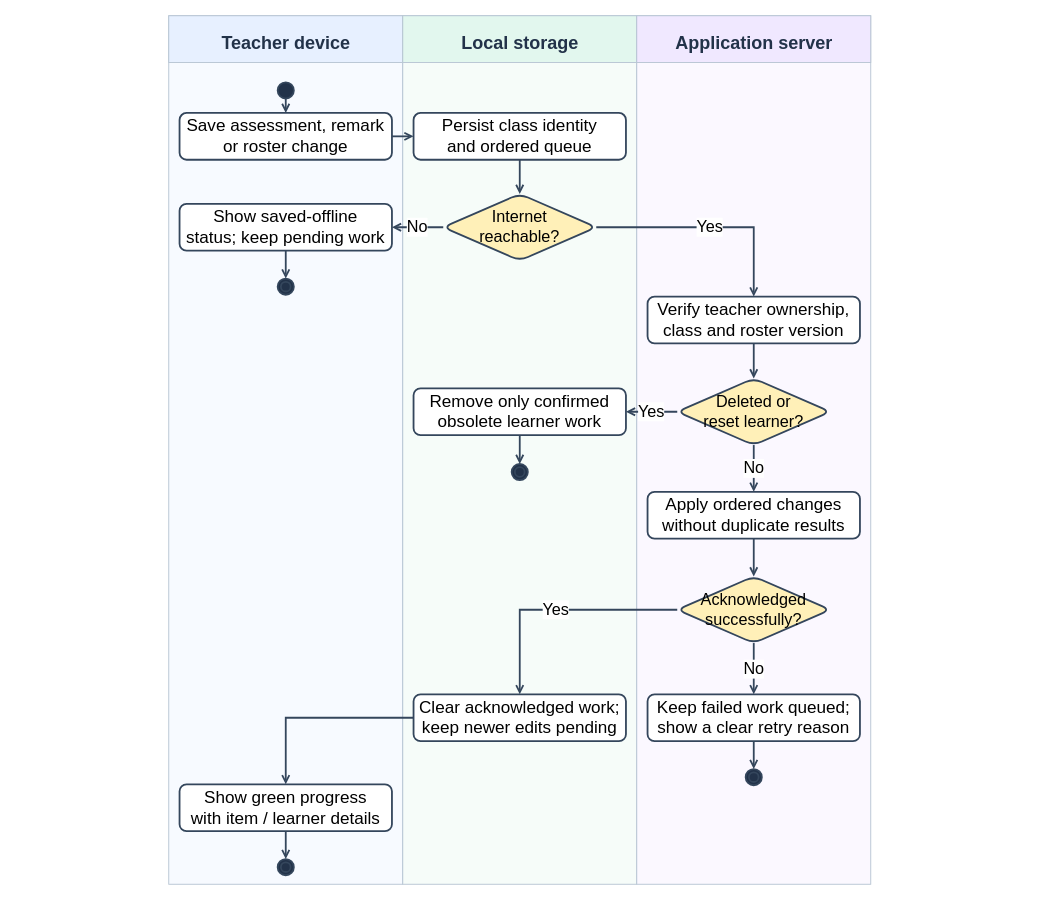
This is docs/diagrams/class-workspaces/figure-11-sync.drawio from AkuSayangKamuJudaSayang/crl-app, a draw.io file, before an edit. Source tidied: cells renumbered, new cells numbered last; positions are measured from the earlier drawing's top-left corner, leaving out a move shared by most shapes. Both pictures are drawn from the tidied source at 90%, with x=0, y=0 at pixel (15, 15).
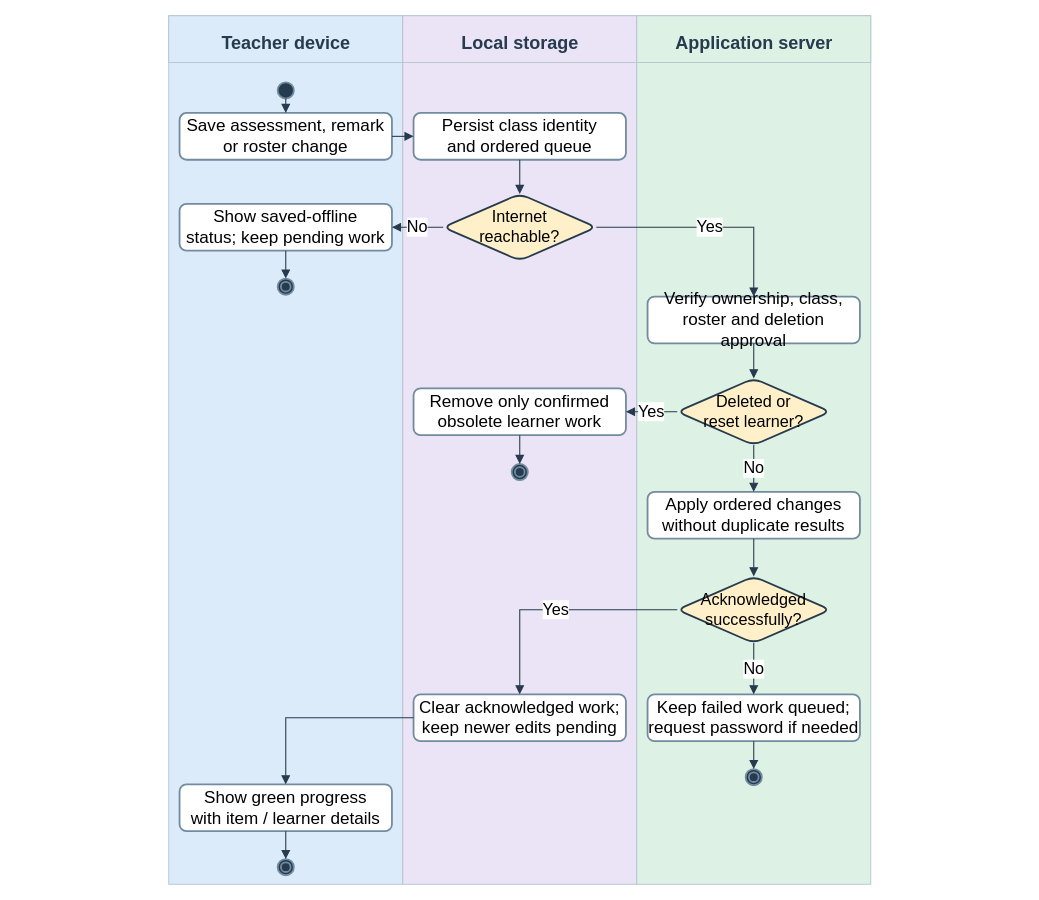
After the change.

The edit, as a diff of the source:
```diff
@@
-    <mxCell id="2" style="rounded=0;fillColor=#f7faff;strokeColor=#b6c4d2;" parent="1" vertex="1">
+    <mxCell id="2" style="rounded=0;fillColor=#dcebfa;strokeColor=#b6c4d2;" parent="1" vertex="1">
       <mxGeometry x="170" width="260" height="965" as="geometry" />
     </mxCell>
-    <mxCell id="3" style="rounded=0;fillColor=#e7f0ff;strokeColor=#b6c4d2;" parent="1" vertex="1">
+    <mxCell id="3" style="rounded=0;fillColor=#dcebfa;strokeColor=#b6c4d2;" parent="1" vertex="1">
       <mxGeometry x="170" width="260" height="52" as="geometry" />
     </mxCell>
-    <mxCell id="4" value="Teacher device" style="text;html=1;align=center;verticalAlign=top;fontSize=20;fontColor=#223249;fontStyle=1;strokeColor=none;fillColor=none;" parent="1" vertex="1">
+    <mxCell id="4" value="Teacher device" style="text;html=1;fontFamily=Arial;align=center;verticalAlign=top;fontSize=20;fontColor=#263b4d;fontStyle=1;strokeColor=none;fillColor=none;" parent="1" vertex="1">
       <mxGeometry y="11" width="600" height="24" as="geometry" />
     </mxCell>
-    <mxCell id="5" style="rounded=0;fillColor=#f6fcf9;strokeColor=#b6c4d2;" parent="1" vertex="1">
+    <mxCell id="5" style="rounded=0;fillColor=#ebe3f6;strokeColor=#b6c4d2;" parent="1" vertex="1">
       <mxGeometry x="430" width="260" height="965" as="geometry" />
     </mxCell>
-    <mxCell id="6" style="rounded=0;fillColor=#e2f7ee;strokeColor=#b6c4d2;" parent="1" vertex="1">
+    <mxCell id="6" style="rounded=0;fillColor=#ebe3f6;strokeColor=#b6c4d2;" parent="1" vertex="1">
       <mxGeometry x="430" width="260" height="52" as="geometry" />
     </mxCell>
-    <mxCell id="7" value="Local storage" style="text;html=1;align=center;verticalAlign=top;fontSize=20;fontColor=#223249;fontStyle=1;strokeColor=none;fillColor=none;" parent="1" vertex="1">
+    <mxCell id="7" value="Local storage" style="text;html=1;fontFamily=Arial;align=center;verticalAlign=top;fontSize=20;fontColor=#263b4d;fontStyle=1;strokeColor=none;fillColor=none;" parent="1" vertex="1">
       <mxGeometry x="260" y="11" width="600" height="24" as="geometry" />
     </mxCell>
-    <mxCell id="8" style="rounded=0;fillColor=#fbf8ff;strokeColor=#b6c4d2;" parent="1" vertex="1">
+    <mxCell id="8" style="rounded=0;fillColor=#def1e5;strokeColor=#b6c4d2;" parent="1" vertex="1">
       <mxGeometry x="690" width="260" height="965" as="geometry" />
     </mxCell>
-    <mxCell id="9" style="rounded=0;fillColor=#f0e8ff;strokeColor=#b6c4d2;" parent="1" vertex="1">
+    <mxCell id="9" style="rounded=0;fillColor=#def1e5;strokeColor=#b6c4d2;" parent="1" vertex="1">
       <mxGeometry x="690" width="260" height="52" as="geometry" />
     </mxCell>
-    <mxCell id="10" value="Application server" style="text;html=1;align=center;verticalAlign=top;fontSize=20;fontColor=#223249;fontStyle=1;strokeColor=none;fillColor=none;" parent="1" vertex="1">
+    <mxCell id="10" value="Application server" style="text;html=1;fontFamily=Arial;align=center;verticalAlign=top;fontSize=20;fontColor=#263b4d;fontStyle=1;strokeColor=none;fillColor=none;" parent="1" vertex="1">
       <mxGeometry x="520" y="11" width="600" height="24" as="geometry" />
     </mxCell>
-    <mxCell id="11" style="rounded=1;whiteSpace=wrap;html=1;fillColor=#ffffff;strokeColor=#34465c;strokeWidth=2;fontSize=19;shape=ellipse;fillColor=#223249;" parent="1" vertex="1">
+    <mxCell id="11" style="rounded=1;whiteSpace=wrap;html=1;fontFamily=Arial;fillColor=#ffffff;strokeColor=#728ba0;strokeWidth=2;fontSize=19;shape=ellipse;fillColor=#263b4d;" parent="1" vertex="1">
       <mxGeometry x="291" y="74" width="18" height="18" as="geometry" />
     </mxCell>
-    <mxCell id="12" value="Save assessment, remark&lt;br&gt;or roster change" style="rounded=1;whiteSpace=wrap;html=1;fillColor=#ffffff;strokeColor=#34465c;strokeWidth=2;fontSize=19;" parent="1" vertex="1">
+    <mxCell id="12" value="Save assessment, remark&lt;br&gt;or roster change" style="rounded=1;whiteSpace=wrap;html=1;fontFamily=Arial;fillColor=#ffffff;strokeColor=#728ba0;strokeWidth=2;fontSize=19;" parent="1" vertex="1">
       <mxGeometry x="182" y="108" width="236" height="52" as="geometry" />
     </mxCell>
-    <mxCell id="13" value="Persist class identity&lt;br&gt;and ordered queue" style="rounded=1;whiteSpace=wrap;html=1;fillColor=#ffffff;strokeColor=#34465c;strokeWidth=2;fontSize=19;" parent="1" vertex="1">
+    <mxCell id="13" value="Persist class identity&lt;br&gt;and ordered queue" style="rounded=1;whiteSpace=wrap;html=1;fontFamily=Arial;fillColor=#ffffff;strokeColor=#728ba0;strokeWidth=2;fontSize=19;" parent="1" vertex="1">
       <mxGeometry x="442" y="108" width="236" height="52" as="geometry" />
     </mxCell>
-    <mxCell id="14" value="Internet&lt;br&gt;reachable?" style="rounded=1;whiteSpace=wrap;html=1;fillColor=#ffffff;strokeColor=#34465c;strokeWidth=2;fontSize=19;shape=rhombus;fillColor=#fff0b8;fontSize=18;" parent="1" vertex="1">
+    <mxCell id="14" value="Internet&lt;br&gt;reachable?" style="rounded=1;whiteSpace=wrap;html=1;fontFamily=Arial;fillColor=#ffffff;strokeColor=#728ba0;strokeWidth=2;fontSize=19;shape=rhombus;strokeColor=#263b4d;fillColor=#fff0c9;fontSize=18;" parent="1" vertex="1">
       <mxGeometry x="475" y="198" width="170" height="74" as="geometry" />
     </mxCell>
-    <mxCell id="15" value="Show saved-offline&lt;br&gt;status; keep pending work" style="rounded=1;whiteSpace=wrap;html=1;fillColor=#ffffff;strokeColor=#34465c;strokeWidth=2;fontSize=19;" parent="1" vertex="1">
+    <mxCell id="15" value="Show saved-offline&lt;br&gt;status; keep pending work" style="rounded=1;whiteSpace=wrap;html=1;fontFamily=Arial;fillColor=#ffffff;strokeColor=#728ba0;strokeWidth=2;fontSize=19;" parent="1" vertex="1">
       <mxGeometry x="182" y="209" width="236" height="52" as="geometry" />
     </mxCell>
-    <mxCell id="16" style="rounded=1;whiteSpace=wrap;html=1;fillColor=#ffffff;strokeColor=#34465c;strokeWidth=2;fontSize=19;shape=doubleEllipse;fillColor=#223249;" parent="1" vertex="1">
+    <mxCell id="16" style="rounded=1;whiteSpace=wrap;html=1;fontFamily=Arial;fillColor=#ffffff;strokeColor=#728ba0;strokeWidth=2;fontSize=19;shape=doubleEllipse;fillColor=#263b4d;" parent="1" vertex="1">
       <mxGeometry x="291" y="292" width="18" height="18" as="geometry" />
     </mxCell>
-    <mxCell id="17" value="Verify teacher ownership,&lt;br&gt;class and roster version" style="rounded=1;whiteSpace=wrap;html=1;fillColor=#ffffff;strokeColor=#34465c;strokeWidth=2;fontSize=19;" parent="1" vertex="1">
+    <mxCell id="17" value="Verify ownership, class,&lt;br&gt;roster and deletion approval" style="rounded=1;whiteSpace=wrap;html=1;fontFamily=Arial;fillColor=#ffffff;strokeColor=#728ba0;strokeWidth=2;fontSize=19;" parent="1" vertex="1">
       <mxGeometry x="702" y="312" width="236" height="52" as="geometry" />
     </mxCell>
-    <mxCell id="18" value="Deleted or&lt;br&gt;reset learner?" style="rounded=1;whiteSpace=wrap;html=1;fillColor=#ffffff;strokeColor=#34465c;strokeWidth=2;fontSize=19;shape=rhombus;fillColor=#fff0b8;fontSize=18;" parent="1" vertex="1">
+    <mxCell id="18" value="Deleted or&lt;br&gt;reset learner?" style="rounded=1;whiteSpace=wrap;html=1;fontFamily=Arial;fillColor=#ffffff;strokeColor=#728ba0;strokeWidth=2;fontSize=19;shape=rhombus;strokeColor=#263b4d;fillColor=#fff0c9;fontSize=18;" parent="1" vertex="1">
       <mxGeometry x="735" y="403" width="170" height="74" as="geometry" />
     </mxCell>
-    <mxCell id="19" value="Remove only confirmed&lt;br&gt;obsolete learner work" style="rounded=1;whiteSpace=wrap;html=1;fillColor=#ffffff;strokeColor=#34465c;strokeWidth=2;fontSize=19;" parent="1" vertex="1">
+    <mxCell id="19" value="Remove only confirmed&lt;br&gt;obsolete learner work" style="rounded=1;whiteSpace=wrap;html=1;fontFamily=Arial;fillColor=#ffffff;strokeColor=#728ba0;strokeWidth=2;fontSize=19;" parent="1" vertex="1">
       <mxGeometry x="442" y="414" width="236" height="52" as="geometry" />
     </mxCell>
-    <mxCell id="20" style="rounded=1;whiteSpace=wrap;html=1;fillColor=#ffffff;strokeColor=#34465c;strokeWidth=2;fontSize=19;shape=doubleEllipse;fillColor=#223249;" parent="1" vertex="1">
+    <mxCell id="20" style="rounded=1;whiteSpace=wrap;html=1;fontFamily=Arial;fillColor=#ffffff;strokeColor=#728ba0;strokeWidth=2;fontSize=19;shape=doubleEllipse;fillColor=#263b4d;" parent="1" vertex="1">
       <mxGeometry x="551" y="498" width="18" height="18" as="geometry" />
     </mxCell>
-    <mxCell id="21" value="Apply ordered changes&lt;br&gt;without duplicate results" style="rounded=1;whiteSpace=wrap;html=1;fillColor=#ffffff;strokeColor=#34465c;strokeWidth=2;fontSize=19;" parent="1" vertex="1">
+    <mxCell id="21" value="Apply ordered changes&lt;br&gt;without duplicate results" style="rounded=1;whiteSpace=wrap;html=1;fontFamily=Arial;fillColor=#ffffff;strokeColor=#728ba0;strokeWidth=2;fontSize=19;" parent="1" vertex="1">
       <mxGeometry x="702" y="529" width="236" height="52" as="geometry" />
     </mxCell>
-    <mxCell id="22" value="Acknowledged&lt;br&gt;successfully?" style="rounded=1;whiteSpace=wrap;html=1;fillColor=#ffffff;strokeColor=#34465c;strokeWidth=2;fontSize=19;shape=rhombus;fillColor=#fff0b8;fontSize=18;" parent="1" vertex="1">
+    <mxCell id="22" value="Acknowledged&lt;br&gt;successfully?" style="rounded=1;whiteSpace=wrap;html=1;fontFamily=Arial;fillColor=#ffffff;strokeColor=#728ba0;strokeWidth=2;fontSize=19;shape=rhombus;strokeColor=#263b4d;fillColor=#fff0c9;fontSize=18;" parent="1" vertex="1">
       <mxGeometry x="735" y="623" width="170" height="74" as="geometry" />
     </mxCell>
-    <mxCell id="23" value="Keep failed work queued;&lt;br&gt;show a clear retry reason" style="rounded=1;whiteSpace=wrap;html=1;fillColor=#ffffff;strokeColor=#34465c;strokeWidth=2;fontSize=19;" parent="1" vertex="1">
+    <mxCell id="23" value="Keep failed work queued;&lt;br&gt;request password if needed" style="rounded=1;whiteSpace=wrap;html=1;fontFamily=Arial;fillColor=#ffffff;strokeColor=#728ba0;strokeWidth=2;fontSize=19;" parent="1" vertex="1">
       <mxGeometry x="702" y="754" width="236" height="52" as="geometry" />
     </mxCell>
-    <mxCell id="24" style="rounded=1;whiteSpace=wrap;html=1;fillColor=#ffffff;strokeColor=#34465c;strokeWidth=2;fontSize=19;shape=doubleEllipse;fillColor=#223249;" parent="1" vertex="1">
+    <mxCell id="24" style="rounded=1;whiteSpace=wrap;html=1;fontFamily=Arial;fillColor=#ffffff;strokeColor=#728ba0;strokeWidth=2;fontSize=19;shape=doubleEllipse;fillColor=#263b4d;" parent="1" vertex="1">
       <mxGeometry x="811" y="837" width="18" height="18" as="geometry" />
     </mxCell>
-    <mxCell id="25" value="Clear acknowledged work;&lt;br&gt;keep newer edits pending" style="rounded=1;whiteSpace=wrap;html=1;fillColor=#ffffff;strokeColor=#34465c;strokeWidth=2;fontSize=19;" parent="1" vertex="1">
+    <mxCell id="25" value="Clear acknowledged work;&lt;br&gt;keep newer edits pending" style="rounded=1;whiteSpace=wrap;html=1;fontFamily=Arial;fillColor=#ffffff;strokeColor=#728ba0;strokeWidth=2;fontSize=19;" parent="1" vertex="1">
       <mxGeometry x="442" y="754" width="236" height="52" as="geometry" />
     </mxCell>
-    <mxCell id="26" value="Show green progress&lt;br&gt;with item / learner details" style="rounded=1;whiteSpace=wrap;html=1;fillColor=#ffffff;strokeColor=#34465c;strokeWidth=2;fontSize=19;" parent="1" vertex="1">
+    <mxCell id="26" value="Show green progress&lt;br&gt;with item / learner details" style="rounded=1;whiteSpace=wrap;html=1;fontFamily=Arial;fillColor=#ffffff;strokeColor=#728ba0;strokeWidth=2;fontSize=19;" parent="1" vertex="1">
       <mxGeometry x="182" y="854" width="236" height="52" as="geometry" />
     </mxCell>
-    <mxCell id="27" style="rounded=1;whiteSpace=wrap;html=1;fillColor=#ffffff;strokeColor=#34465c;strokeWidth=2;fontSize=19;shape=doubleEllipse;fillColor=#223249;" parent="1" vertex="1">
+    <mxCell id="27" style="rounded=1;whiteSpace=wrap;html=1;fontFamily=Arial;fillColor=#ffffff;strokeColor=#728ba0;strokeWidth=2;fontSize=19;shape=doubleEllipse;fillColor=#263b4d;" parent="1" vertex="1">
       <mxGeometry x="291" y="937" width="18" height="18" as="geometry" />
     </mxCell>
-    <mxCell id="28" style="edgeStyle=orthogonalEdgeStyle;rounded=0;html=1;endArrow=open;strokeColor=#34465c;strokeWidth=2;exitX=0.5;exitY=1;entryX=0.5;entryY=0;fontSize=18;labelBackgroundColor=#ffffff;" parent="1" edge="1" source="11" target="12">
+    <mxCell id="28" style="edgeStyle=orthogonalEdgeStyle;rounded=0;html=1;endArrow=block;endFill=1;endSize=7;strokeColor=#263b4d;strokeWidth=1.2;exitX=0.5;exitY=1;entryX=0.5;entryY=0;fontSize=18;labelBackgroundColor=#ffffff;" parent="1" edge="1" source="11" target="12">
       <mxGeometry relative="1" as="geometry" />
     </mxCell>
-    <mxCell id="29" style="edgeStyle=orthogonalEdgeStyle;rounded=0;html=1;endArrow=open;strokeColor=#34465c;strokeWidth=2;exitX=1;exitY=0.5;entryX=0;entryY=0.5;fontSize=18;labelBackgroundColor=#ffffff;" parent="1" edge="1" source="12" target="13">
+    <mxCell id="29" style="edgeStyle=orthogonalEdgeStyle;rounded=0;html=1;endArrow=block;endFill=1;endSize=7;strokeColor=#263b4d;strokeWidth=1.2;exitX=1;exitY=0.5;entryX=0;entryY=0.5;fontSize=18;labelBackgroundColor=#ffffff;" parent="1" edge="1" source="12" target="13">
       <mxGeometry relative="1" as="geometry" />
     </mxCell>
-    <mxCell id="30" style="edgeStyle=orthogonalEdgeStyle;rounded=0;html=1;endArrow=open;strokeColor=#34465c;strokeWidth=2;exitX=0.5;exitY=1;entryX=0.5;entryY=0;fontSize=18;labelBackgroundColor=#ffffff;" parent="1" edge="1" source="13" target="14">
+    <mxCell id="30" style="edgeStyle=orthogonalEdgeStyle;rounded=0;html=1;endArrow=block;endFill=1;endSize=7;strokeColor=#263b4d;strokeWidth=1.2;exitX=0.5;exitY=1;entryX=0.5;entryY=0;fontSize=18;labelBackgroundColor=#ffffff;" parent="1" edge="1" source="13" target="14">
       <mxGeometry relative="1" as="geometry" />
     </mxCell>
-    <mxCell id="31" value="No" style="edgeStyle=orthogonalEdgeStyle;rounded=0;html=1;endArrow=open;strokeColor=#34465c;strokeWidth=2;exitX=0;exitY=0.5;entryX=1;entryY=0.5;fontSize=18;labelBackgroundColor=#ffffff;" parent="1" edge="1" source="14" target="15">
+    <mxCell id="31" value="No" style="edgeStyle=orthogonalEdgeStyle;rounded=0;html=1;endArrow=block;endFill=1;endSize=7;strokeColor=#263b4d;strokeWidth=1.2;exitX=0;exitY=0.5;entryX=1;entryY=0.5;fontSize=18;labelBackgroundColor=#ffffff;" parent="1" edge="1" source="14" target="15">
       <mxGeometry relative="1" as="geometry" />
     </mxCell>
-    <mxCell id="32" style="edgeStyle=orthogonalEdgeStyle;rounded=0;html=1;endArrow=open;strokeColor=#34465c;strokeWidth=2;exitX=0.5;exitY=1;entryX=0.5;entryY=0;fontSize=18;labelBackgroundColor=#ffffff;" parent="1" edge="1" source="15" target="16">
+    <mxCell id="32" style="edgeStyle=orthogonalEdgeStyle;rounded=0;html=1;endArrow=block;endFill=1;endSize=7;strokeColor=#263b4d;strokeWidth=1.2;exitX=0.5;exitY=1;entryX=0.5;entryY=0;fontSize=18;labelBackgroundColor=#ffffff;" parent="1" edge="1" source="15" target="16">
       <mxGeometry relative="1" as="geometry" />
     </mxCell>
-    <mxCell id="33" value="Yes" style="edgeStyle=orthogonalEdgeStyle;rounded=0;html=1;endArrow=open;strokeColor=#34465c;strokeWidth=2;exitX=1;exitY=0.5;entryX=0.5;entryY=0;fontSize=18;labelBackgroundColor=#ffffff;" parent="1" edge="1" source="14" target="17">
+    <mxCell id="33" value="Yes" style="edgeStyle=orthogonalEdgeStyle;rounded=0;html=1;endArrow=block;endFill=1;endSize=7;strokeColor=#263b4d;strokeWidth=1.2;exitX=1;exitY=0.5;entryX=0.5;entryY=0;fontSize=18;labelBackgroundColor=#ffffff;" parent="1" edge="1" source="14" target="17">
       <mxGeometry relative="1" as="geometry">
         <Array as="points">
           <mxPoint x="820" y="235" />
         </Array>
       </mxGeometry>
     </mxCell>
-    <mxCell id="34" style="edgeStyle=orthogonalEdgeStyle;rounded=0;html=1;endArrow=open;strokeColor=#34465c;strokeWidth=2;exitX=0.5;exitY=1;entryX=0.5;entryY=0;fontSize=18;labelBackgroundColor=#ffffff;" parent="1" edge="1" source="17" target="18">
+    <mxCell id="34" style="edgeStyle=orthogonalEdgeStyle;rounded=0;html=1;endArrow=block;endFill=1;endSize=7;strokeColor=#263b4d;strokeWidth=1.2;exitX=0.5;exitY=1;entryX=0.5;entryY=0;fontSize=18;labelBackgroundColor=#ffffff;" parent="1" edge="1" source="17" target="18">
       <mxGeometry relative="1" as="geometry" />
     </mxCell>
-    <mxCell id="35" value="Yes" style="edgeStyle=orthogonalEdgeStyle;rounded=0;html=1;endArrow=open;strokeColor=#34465c;strokeWidth=2;exitX=0;exitY=0.5;entryX=1;entryY=0.5;fontSize=18;labelBackgroundColor=#ffffff;" parent="1" edge="1" source="18" target="19">
+    <mxCell id="35" value="Yes" style="edgeStyle=orthogonalEdgeStyle;rounded=0;html=1;endArrow=block;endFill=1;endSize=7;strokeColor=#263b4d;strokeWidth=1.2;exitX=0;exitY=0.5;entryX=1;entryY=0.5;fontSize=18;labelBackgroundColor=#ffffff;" parent="1" edge="1" source="18" target="19">
       <mxGeometry relative="1" as="geometry" />
     </mxCell>
-    <mxCell id="36" style="edgeStyle=orthogonalEdgeStyle;rounded=0;html=1;endArrow=open;strokeColor=#34465c;strokeWidth=2;exitX=0.5;exitY=1;entryX=0.5;entryY=0;fontSize=18;labelBackgroundColor=#ffffff;" parent="1" edge="1" source="19" target="20">
+    <mxCell id="36" style="edgeStyle=orthogonalEdgeStyle;rounded=0;html=1;endArrow=block;endFill=1;endSize=7;strokeColor=#263b4d;strokeWidth=1.2;exitX=0.5;exitY=1;entryX=0.5;entryY=0;fontSize=18;labelBackgroundColor=#ffffff;" parent="1" edge="1" source="19" target="20">
       <mxGeometry relative="1" as="geometry" />
     </mxCell>
-    <mxCell id="37" value="No" style="edgeStyle=orthogonalEdgeStyle;rounded=0;html=1;endArrow=open;strokeColor=#34465c;strokeWidth=2;exitX=0.5;exitY=1;entryX=0.5;entryY=0;fontSize=18;labelBackgroundColor=#ffffff;" parent="1" edge="1" source="18" target="21">
+    <mxCell id="37" value="No" style="edgeStyle=orthogonalEdgeStyle;rounded=0;html=1;endArrow=block;endFill=1;endSize=7;strokeColor=#263b4d;strokeWidth=1.2;exitX=0.5;exitY=1;entryX=0.5;entryY=0;fontSize=18;labelBackgroundColor=#ffffff;" parent="1" edge="1" source="18" target="21">
       <mxGeometry relative="1" as="geometry" />
     </mxCell>
-    <mxCell id="38" style="edgeStyle=orthogonalEdgeStyle;rounded=0;html=1;endArrow=open;strokeColor=#34465c;strokeWidth=2;exitX=0.5;exitY=1;entryX=0.5;entryY=0;fontSize=18;labelBackgroundColor=#ffffff;" parent="1" edge="1" source="21" target="22">
+    <mxCell id="38" style="edgeStyle=orthogonalEdgeStyle;rounded=0;html=1;endArrow=block;endFill=1;endSize=7;strokeColor=#263b4d;strokeWidth=1.2;exitX=0.5;exitY=1;entryX=0.5;entryY=0;fontSize=18;labelBackgroundColor=#ffffff;" parent="1" edge="1" source="21" target="22">
       <mxGeometry relative="1" as="geometry" />
     </mxCell>
-    <mxCell id="39" value="No" style="edgeStyle=orthogonalEdgeStyle;rounded=0;html=1;endArrow=open;strokeColor=#34465c;strokeWidth=2;exitX=0.5;exitY=1;entryX=0.5;entryY=0;fontSize=18;labelBackgroundColor=#ffffff;" parent="1" edge="1" source="22" target="23">
+    <mxCell id="39" value="No" style="edgeStyle=orthogonalEdgeStyle;rounded=0;html=1;endArrow=block;endFill=1;endSize=7;strokeColor=#263b4d;strokeWidth=1.2;exitX=0.5;exitY=1;entryX=0.5;entryY=0;fontSize=18;labelBackgroundColor=#ffffff;" parent="1" edge="1" source="22" target="23">
       <mxGeometry relative="1" as="geometry" />
     </mxCell>
-    <mxCell id="40" style="edgeStyle=orthogonalEdgeStyle;rounded=0;html=1;endArrow=open;strokeColor=#34465c;strokeWidth=2;exitX=0.5;exitY=1;entryX=0.5;entryY=0;fontSize=18;labelBackgroundColor=#ffffff;" parent="1" edge="1" source="23" target="24">
+    <mxCell id="40" style="edgeStyle=orthogonalEdgeStyle;rounded=0;html=1;endArrow=block;endFill=1;endSize=7;strokeColor=#263b4d;strokeWidth=1.2;exitX=0.5;exitY=1;entryX=0.5;entryY=0;fontSize=18;labelBackgroundColor=#ffffff;" parent="1" edge="1" source="23" target="24">
       <mxGeometry relative="1" as="geometry" />
     </mxCell>
-    <mxCell id="41" value="Yes" style="edgeStyle=orthogonalEdgeStyle;rounded=0;html=1;endArrow=open;strokeColor=#34465c;strokeWidth=2;exitX=0;exitY=0.5;entryX=0.5;entryY=0;fontSize=18;labelBackgroundColor=#ffffff;" parent="1" edge="1" source="22" target="25">
+    <mxCell id="41" value="Yes" style="edgeStyle=orthogonalEdgeStyle;rounded=0;html=1;endArrow=block;endFill=1;endSize=7;strokeColor=#263b4d;strokeWidth=1.2;exitX=0;exitY=0.5;entryX=0.5;entryY=0;fontSize=18;labelBackgroundColor=#ffffff;" parent="1" edge="1" source="22" target="25">
       <mxGeometry relative="1" as="geometry">
         <Array as="points">
           <mxPoint x="560" y="660" />
         </Array>
       </mxGeometry>
     </mxCell>
-    <mxCell id="42" style="edgeStyle=orthogonalEdgeStyle;rounded=0;html=1;endArrow=open;strokeColor=#34465c;strokeWidth=2;exitX=0;exitY=0.5;entryX=0.5;entryY=0;fontSize=18;labelBackgroundColor=#ffffff;" parent="1" edge="1" source="25" target="26">
+    <mxCell id="42" style="edgeStyle=orthogonalEdgeStyle;rounded=0;html=1;endArrow=block;endFill=1;endSize=7;strokeColor=#263b4d;strokeWidth=1.2;exitX=0;exitY=0.5;entryX=0.5;entryY=0;fontSize=18;labelBackgroundColor=#ffffff;" parent="1" edge="1" source="25" target="26">
       <mxGeometry relative="1" as="geometry">
         <Array as="points">
           <mxPoint x="300" y="780" />
         </Array>
       </mxGeometry>
     </mxCell>
-    <mxCell id="43" style="edgeStyle=orthogonalEdgeStyle;rounded=0;html=1;endArrow=open;strokeColor=#34465c;strokeWidth=2;exitX=0.5;exitY=1;entryX=0.5;entryY=0;fontSize=18;labelBackgroundColor=#ffffff;" parent="1" edge="1" source="26" target="27">
+    <mxCell id="43" style="edgeStyle=orthogonalEdgeStyle;rounded=0;html=1;endArrow=block;endFill=1;endSize=7;strokeColor=#263b4d;strokeWidth=1.2;exitX=0.5;exitY=1;entryX=0.5;entryY=0;fontSize=18;labelBackgroundColor=#ffffff;" parent="1" edge="1" source="26" target="27">
       <mxGeometry relative="1" as="geometry" />
     </mxCell>
```
